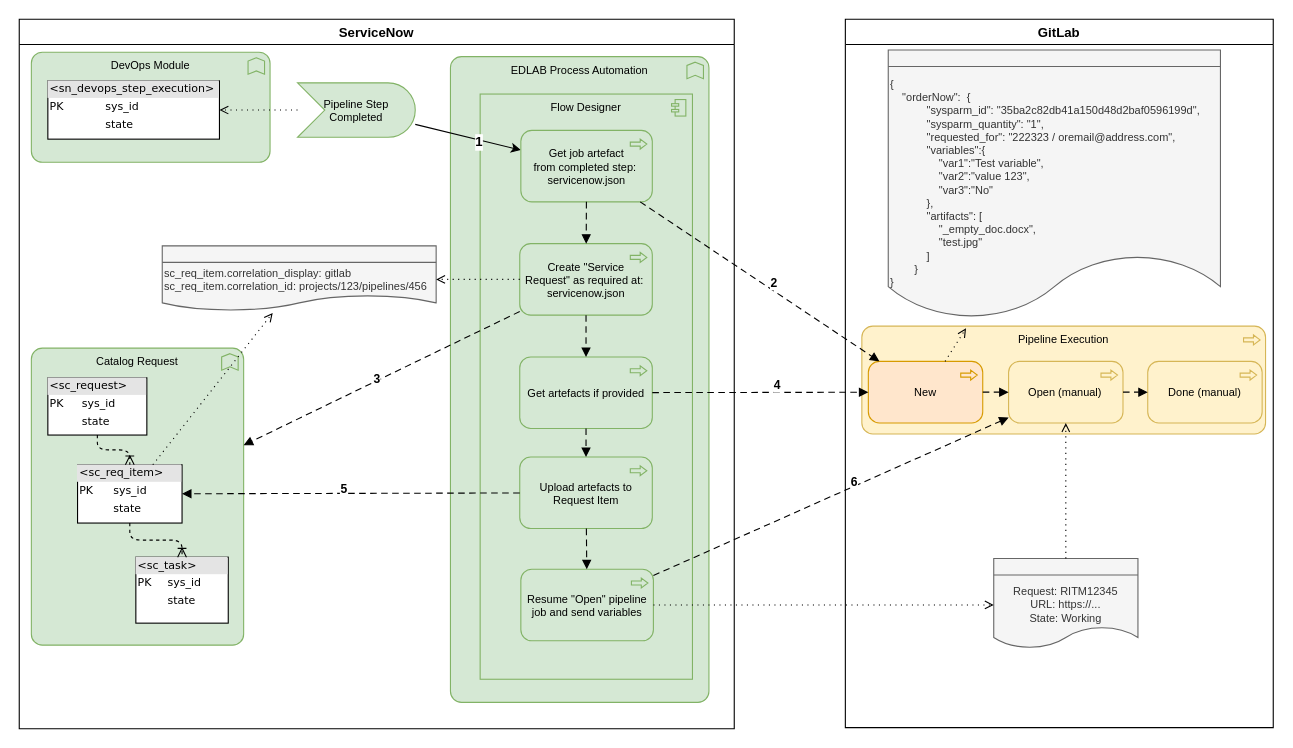
Earlier version of the draw.io diagram page "Open" (3 of 5) of GitLab2SN.drawio (algimas/tmp). Source tidied: cells renumbered, new cells numbered last; positions are measured from the earlier drawing's top-left corner, leaving out a move shared by most shapes. Both pictures are drawn from the tidied source at 110%, with x=0, y=0 at pixel (19, 19).
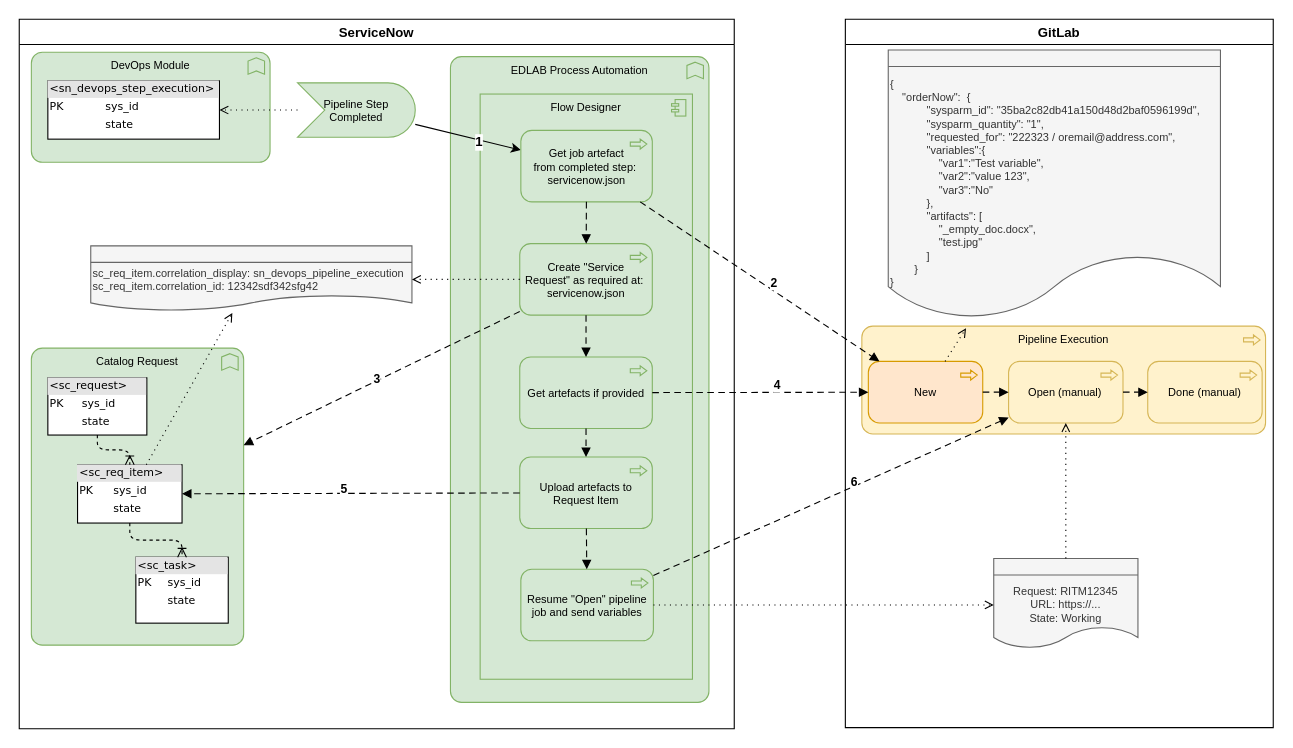
Above is the later version.

Unchanged cells that the change refers to:
```xml
<mxCell id="13" value="ServiceNow" style="swimlane;" parent="1" vertex="1">
  <mxGeometry width="650" height="645" as="geometry" />
</mxCell>
```

The edit, as a diff of the source:
```diff
@@
-    <mxCell id="41" value="sc_req_item.&lt;span style=&quot;background-color: initial;&quot;&gt;correlation_display: gitlab&lt;/span&gt;&lt;br&gt;sc_req_item.&lt;span style=&quot;background-color: initial;&quot;&gt;correlation_id:&amp;nbsp;&lt;/span&gt;projects/123/pipelines/456" style="html=1;outlineConnect=0;whiteSpace=wrap;fillColor=#f5f5f5;shape=mxgraph.archimate3.representation;fontSize=10;align=left;strokeColor=#666666;fontColor=#333333;" parent="13" vertex="1">
-      <mxGeometry x="130" y="206" width="249" height="61" as="geometry" />
+    <mxCell id="41" value="sc_req_item.&lt;span style=&quot;background-color: initial;&quot;&gt;correlation_display:&amp;nbsp;&lt;/span&gt;sn_devops_pipeline_execution&lt;br&gt;sc_req_item.&lt;span style=&quot;background-color: initial;&quot;&gt;correlation_id:&amp;nbsp;&lt;/span&gt;12342sdf342sfg42" style="html=1;outlineConnect=0;whiteSpace=wrap;fillColor=#f5f5f5;shape=mxgraph.archimate3.representation;fontSize=10;align=left;strokeColor=#666666;fontColor=#333333;" parent="13" vertex="1">
+      <mxGeometry x="65" y="206" width="292" height="61" as="geometry" />
     </mxCell>
```
